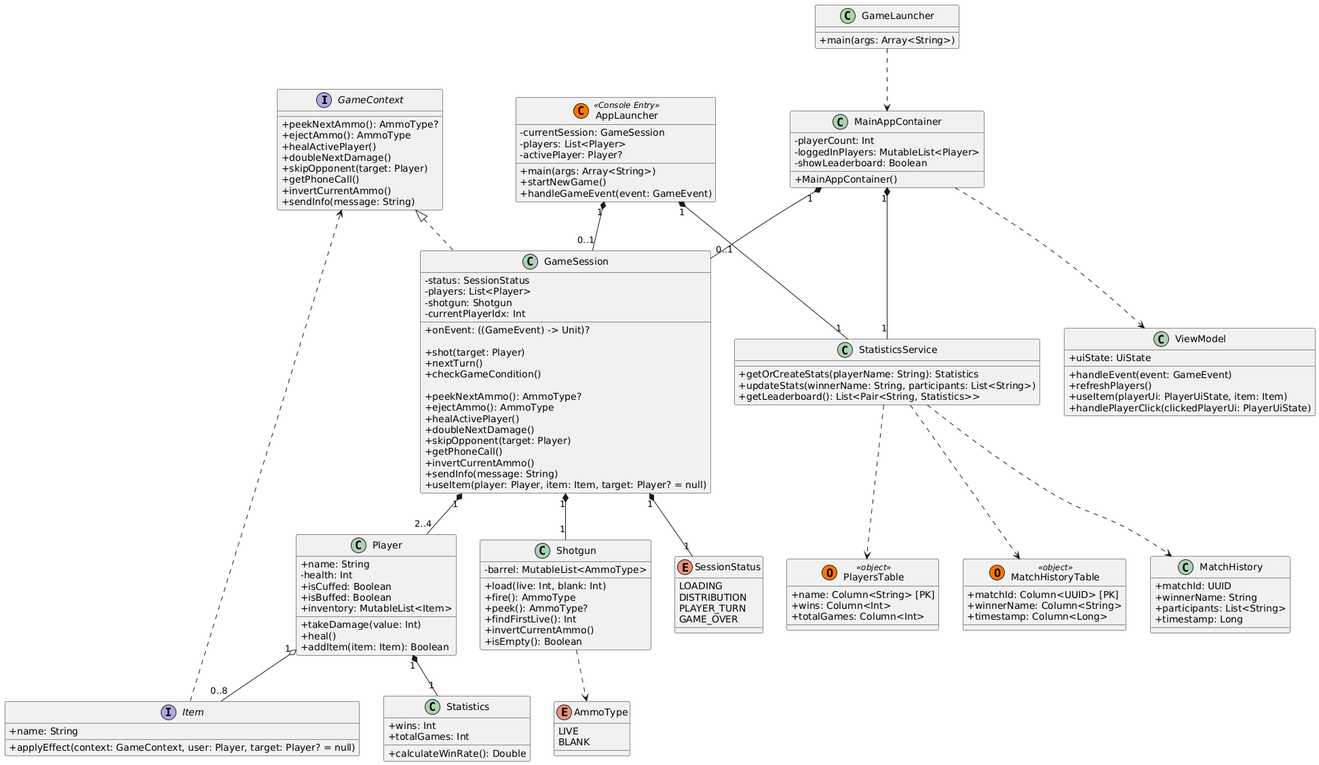
Earlier version of the PlantUML export diagram.png (ermmmaks/CasePracticeKT).
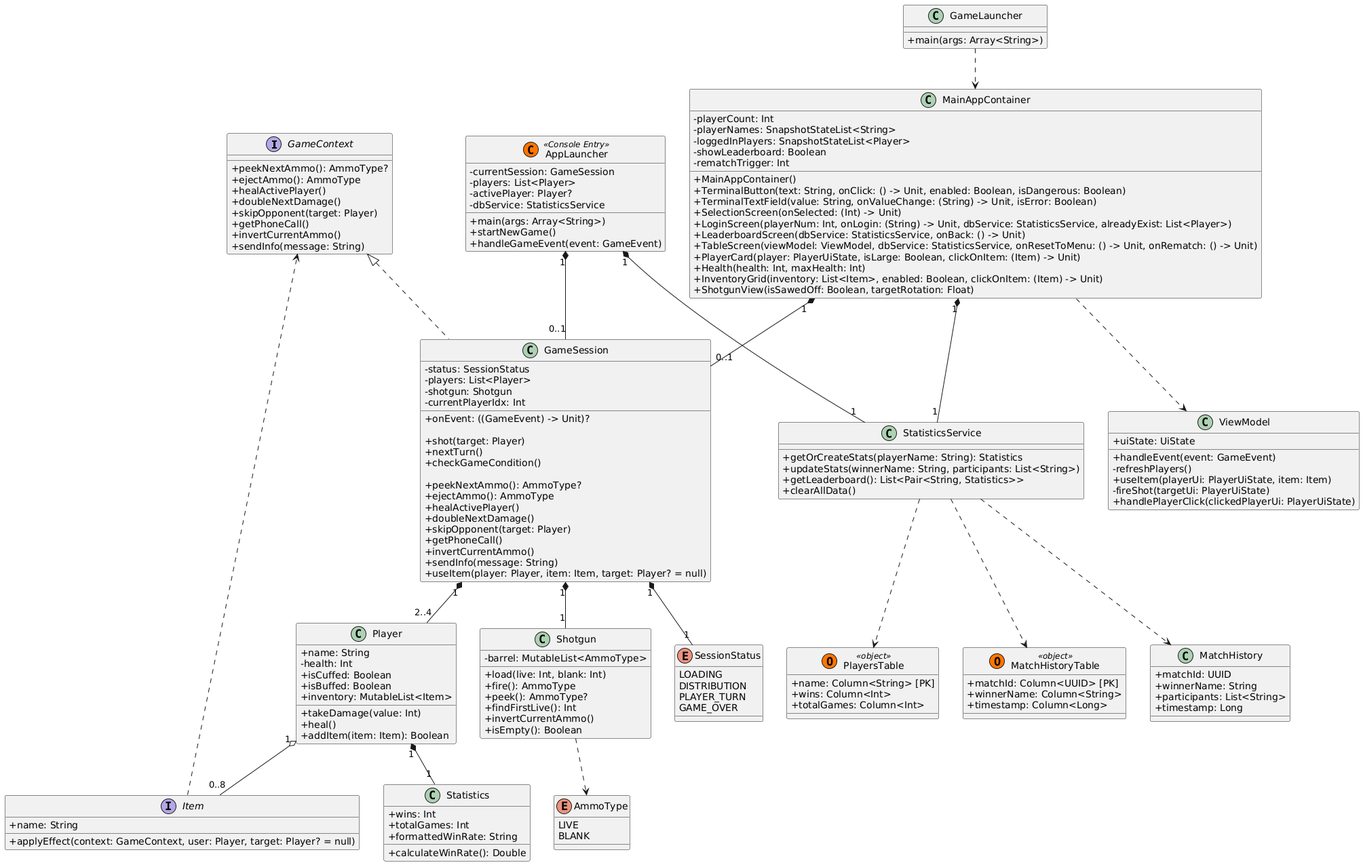
Later version of the same file.

Commit message:
Refresh diagram

The edit, as a diff of the source:
```diff
@@ -25,16 +25,29 @@
 
 class MainAppContainer {
     - playerCount: Int
-    - loggedInPlayers: MutableList<Player>
+    - playerNames: SnapshotStateList<String>
+    - loggedInPlayers: SnapshotStateList<Player>
     - showLeaderboard: Boolean
+    - rematchTrigger: Int
     + MainAppContainer()
+    + TerminalButton(text: String, onClick: () -> Unit, enabled: Boolean, isDangerous: Boolean)
+    + TerminalTextField(value: String, onValueChange: (String) -> Unit, isError: Boolean)
+    + SelectionScreen(onSelected: (Int) -> Unit)
+    + LoginScreen(playerNum: Int, onLogin: (String) -> Unit, dbService: StatisticsService, alreadyExist: List<Player>)
+    + LeaderboardScreen(dbService: StatisticsService, onBack: () -> Unit)
+    + TableScreen(viewModel: ViewModel, dbService: StatisticsService, onResetToMenu: () -> Unit, onRematch: () -> Unit)
+    + PlayerCard(player: PlayerUiState, isLarge: Boolean, clickOnItem: (Item) -> Unit)
+    + Health(health: Int, maxHealth: Int)
+    + InventoryGrid(inventory: List<Item>, enabled: Boolean, clickOnItem: (Item) -> Unit)
+    + ShotgunView(isSawedOff: Boolean, targetRotation: Float)
 }
 
 class ViewModel {
     + uiState: UiState
     + handleEvent(event: GameEvent)
-    + refreshPlayers()
+    - refreshPlayers()
     + useItem(playerUi: PlayerUiState, item: Item)
+    - fireShot(targetUi: PlayerUiState)
     + handlePlayerClick(clickedPlayerUi: PlayerUiState)
 }
 
@@ -43,6 +56,7 @@
     - currentSession: GameSession
     - players: List<Player>
     - activePlayer: Player?
+    - dbService: StatisticsService
     + main(args: Array<String>)
     + startNewGame()
     + handleGameEvent(event: GameEvent)
@@ -97,6 +111,7 @@
     + getOrCreateStats(playerName: String): Statistics
     + updateStats(winnerName: String, participants: List<String>)
     + getLeaderboard(): List<Pair<String, Statistics>>
+    + clearAllData()
 }
 
 entity PlayersTable << (O,#FF7700) object >> {
@@ -114,6 +129,7 @@
 class Statistics {
     + wins: Int
     + totalGames: Int
+    + formattedWinRate: String
     + calculateWinRate(): Double
 }
 
```
